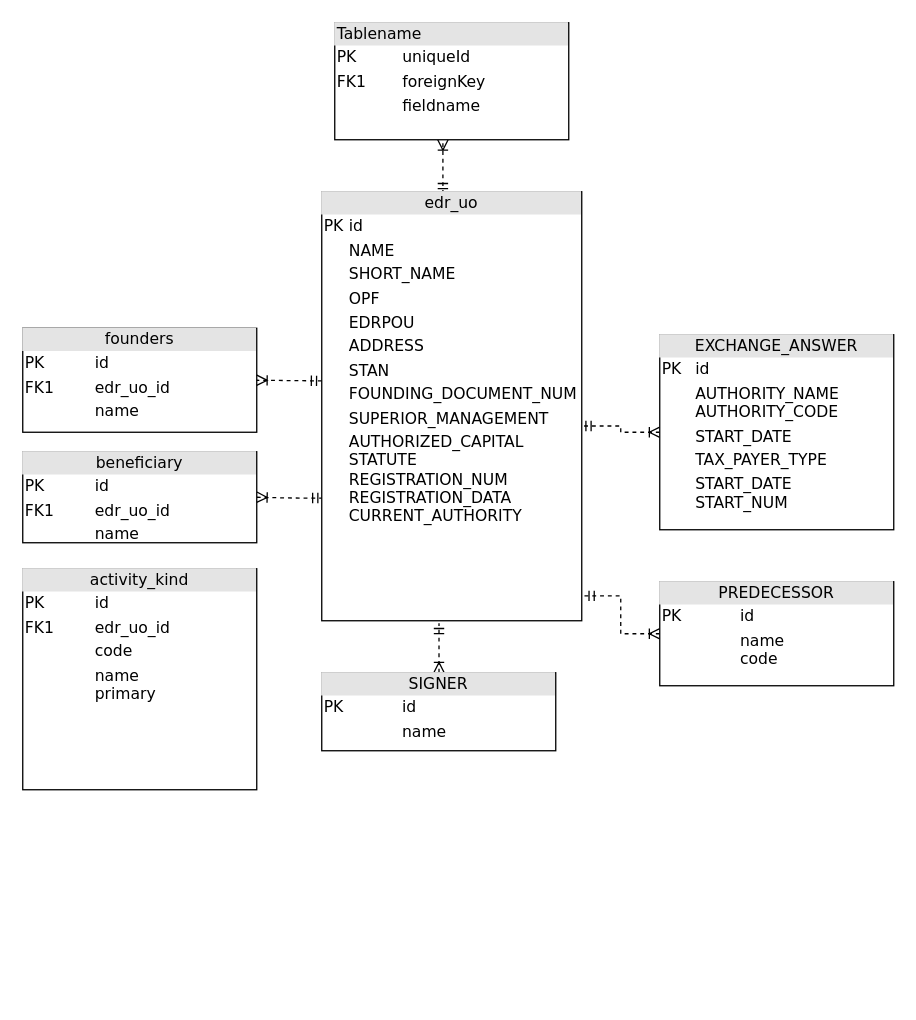
This is Untitled Diagram.drawio from Sergey-Web/draw, a draw.io file, before an edit. Source tidied: cells renumbered, new cells numbered last; positions are measured from the earlier drawing's top-left corner, leaving out a move shared by most shapes. Both pictures are drawn from the tidied source at 130%, with x=0, y=0 at pixel (22, 22).
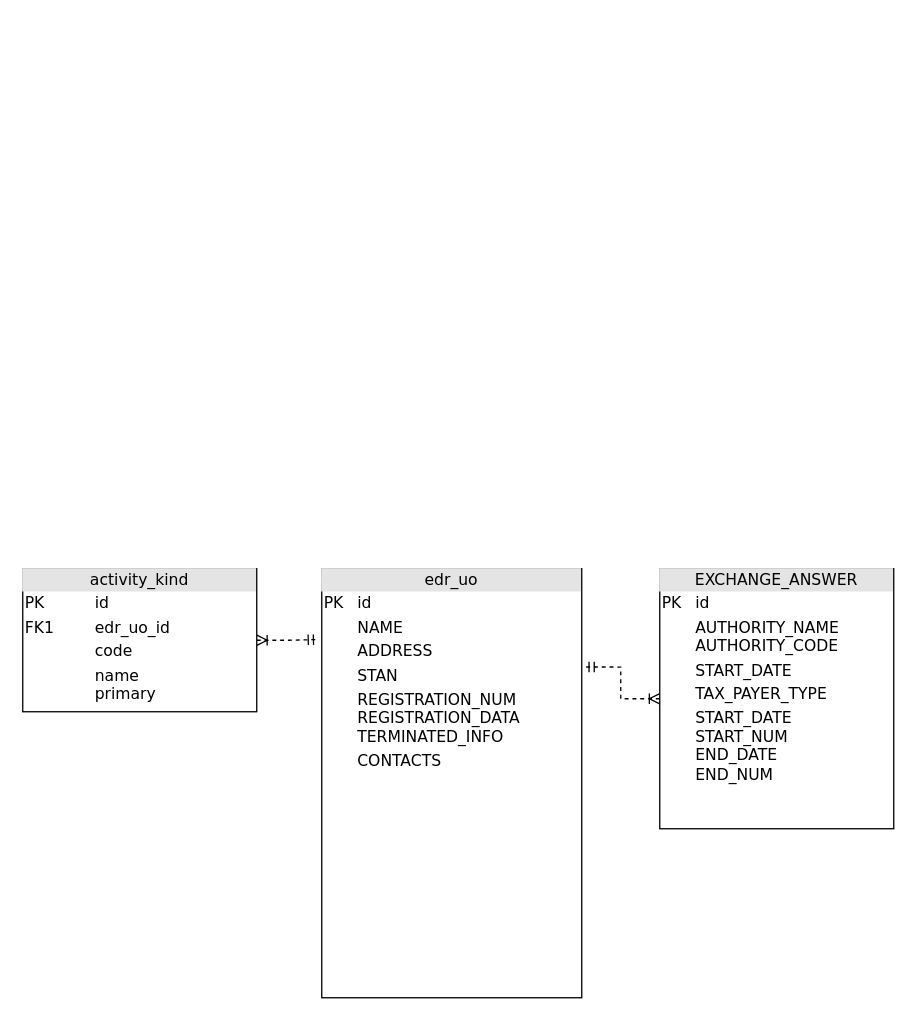
Above is the later version.

Commit message:
EDR_FOP

The edit, as a diff of the source:
```diff
@@
-<mxGraphModel background="#ffffff">
+<mxGraphModel>
@@
-    <mxCell id="2" style="edgeStyle=orthogonalEdgeStyle;html=1;dashed=1;labelBackgroundColor=none;startArrow=ERmandOne;endArrow=ERoneToMany;fontFamily=Verdana;fontSize=12;align=left;exitX=0.466;exitY=0.005;exitDx=0;exitDy=0;exitPerimeter=0;" parent="1" edge="1" source="6" target="7">
-      <mxGeometry relative="1" as="geometry">
-        <Array as="points">
-          <mxPoint x="323" y="15" />
-          <mxPoint x="323" y="15" />
-        </Array>
-      </mxGeometry>
-    </mxCell>
-    <mxCell id="3" style="edgeStyle=orthogonalEdgeStyle;html=1;exitX=0.005;exitY=0.714;entryX=1;entryY=0.5;dashed=1;labelBackgroundColor=none;startArrow=ERmandOne;endArrow=ERoneToMany;fontFamily=Verdana;fontSize=12;align=left;exitDx=0;exitDy=0;exitPerimeter=0;" parent="1" edge="1" source="6" target="4">
-      <mxGeometry relative="1" as="geometry" />
-    </mxCell>
-    <mxCell id="4" value="&lt;div style=&quot;text-align: center ; box-sizing: border-box ; width: 100% ; background: rgb(228 , 228 , 228) ; padding: 2px&quot;&gt;beneficiary&lt;/div&gt;&lt;table style=&quot;width: 100% ; font-size: 1em&quot; cellpadding=&quot;2&quot; cellspacing=&quot;0&quot;&gt;&lt;tbody&gt;&lt;tr&gt;&lt;td&gt;PK&lt;/td&gt;&lt;td&gt;id&lt;/td&gt;&lt;/tr&gt;&lt;tr&gt;&lt;td&gt;FK1&lt;/td&gt;&lt;td&gt;edr_uo_id&lt;/td&gt;&lt;/tr&gt;&lt;tr&gt;&lt;td&gt;&lt;/td&gt;&lt;td&gt;name&lt;/td&gt;&lt;/tr&gt;&lt;tr&gt;&lt;td&gt;&lt;br&gt;&lt;/td&gt;&lt;td&gt;&lt;br&gt;&lt;/td&gt;&lt;/tr&gt;&lt;/tbody&gt;&lt;/table&gt;" style="verticalAlign=top;align=left;overflow=fill;html=1;rounded=0;shadow=0;comic=0;labelBackgroundColor=none;strokeWidth=1;fontFamily=Verdana;fontSize=12;" parent="1" vertex="1">
-      <mxGeometry y="330" width="180" height="70" as="geometry" />
-    </mxCell>
+    <mxCell id="16" style="edgeStyle=orthogonalEdgeStyle;rounded=0;jettySize=auto;html=1;entryX=-0.012;entryY=0.165;entryDx=0;entryDy=0;entryPerimeter=0;endArrow=ERmandOne;endFill=0;startArrow=ERoneToMany;startFill=0;dashed=1;" parent="1" edge="1" source="5" target="17">
+      <mxGeometry relative="1" as="geometry" />
+    </mxCell>
     <mxCell id="5" value="&lt;div style=&quot;text-align: center ; box-sizing: border-box ; width: 100% ; background: rgb(228 , 228 , 228) ; padding: 2px&quot;&gt;activity_kind&lt;/div&gt;&lt;table style=&quot;width: 100% ; font-size: 1em&quot; cellpadding=&quot;2&quot; cellspacing=&quot;0&quot;&gt;&lt;tbody&gt;&lt;tr&gt;&lt;td&gt;PK&lt;/td&gt;&lt;td&gt;id&lt;/td&gt;&lt;/tr&gt;&lt;tr&gt;&lt;td&gt;FK1&lt;/td&gt;&lt;td&gt;edr_uo_id&lt;br&gt;&lt;/td&gt;&lt;/tr&gt;&lt;tr&gt;&lt;td&gt;&lt;/td&gt;&lt;td&gt;code&lt;/td&gt;&lt;/tr&gt;&lt;tr&gt;&lt;td&gt;&lt;br&gt;&lt;/td&gt;&lt;td&gt;name&lt;br&gt;primary&lt;/td&gt;&lt;/tr&gt;&lt;tr&gt;&lt;td&gt;&lt;br&gt;&lt;/td&gt;&lt;td&gt;&lt;br&gt;&lt;/td&gt;&lt;/tr&gt;&lt;/tbody&gt;&lt;/table&gt;" style="verticalAlign=top;align=left;overflow=fill;html=1;rounded=0;shadow=0;comic=0;labelBackgroundColor=none;strokeWidth=1;fontFamily=Verdana;fontSize=12;" parent="1" vertex="1">
-      <mxGeometry y="420" width="180" height="170" as="geometry" />
+      <mxGeometry y="420" width="180" height="110" as="geometry" />
     </mxCell>
-    <mxCell id="6" value="&lt;div style=&quot;text-align: center ; box-sizing: border-box ; width: 100% ; background: rgb(228 , 228 , 228) ; padding: 2px&quot;&gt;edr_uo&lt;br&gt;&lt;/div&gt;&lt;table style=&quot;width: 100% ; font-size: 1em&quot; cellpadding=&quot;2&quot; cellspacing=&quot;0&quot;&gt;&lt;tbody&gt;&lt;tr&gt;&lt;td&gt;PK&lt;/td&gt;&lt;td&gt;id&lt;/td&gt;&lt;/tr&gt;&lt;tr&gt;&lt;td&gt;&lt;br&gt;&lt;/td&gt;&lt;td&gt;NAME&lt;/td&gt;&lt;/tr&gt;&lt;tr&gt;&lt;td&gt;&lt;/td&gt;&lt;td&gt;SHORT_NAME&lt;/td&gt;&lt;/tr&gt;&lt;tr&gt;&lt;td&gt;&lt;br&gt;&lt;/td&gt;&lt;td&gt;OPF&lt;br&gt;&lt;/td&gt;&lt;/tr&gt;&lt;tr&gt;&lt;td&gt;&lt;br&gt;&lt;/td&gt;&lt;td&gt;EDRPOU&lt;br&gt;&lt;/td&gt;&lt;/tr&gt;&lt;tr&gt;&lt;td&gt;&lt;br&gt;&lt;/td&gt;&lt;td&gt;ADDRESS&lt;br&gt;&lt;/td&gt;&lt;/tr&gt;&lt;tr&gt;&lt;td&gt;&lt;br&gt;&lt;/td&gt;&lt;td&gt;STAN&lt;br&gt;&lt;/td&gt;&lt;/tr&gt;&lt;tr&gt;&lt;td&gt;&lt;br&gt;&lt;/td&gt;&lt;td&gt;FOUNDING_DOCUMENT_NUM&lt;br&gt;&lt;/td&gt;&lt;/tr&gt;&lt;tr&gt;&lt;td&gt;&lt;br&gt;&lt;/td&gt;&lt;td&gt;SUPERIOR_MANAGEMENT&lt;br&gt;&lt;/td&gt;&lt;/tr&gt;&lt;tr&gt;&lt;td&gt;&lt;/td&gt;&lt;td&gt;AUTHORIZED_CAPITAL&lt;br&gt;STATUTE&lt;br&gt;REGISTRATION_NUM&lt;br&gt;REGISTRATION_DATA&lt;br&gt;CURRENT_AUTHORITY&lt;br&gt;&lt;/td&gt;&lt;/tr&gt;&lt;/tbody&gt;&lt;/table&gt;" style="verticalAlign=top;align=left;overflow=fill;html=1;rounded=0;shadow=0;comic=0;labelBackgroundColor=none;strokeWidth=1;fontFamily=Verdana;fontSize=12;" parent="1" vertex="1">
-      <mxGeometry x="230" y="130" width="200" height="330" as="geometry" />
-    </mxCell>
-    <mxCell id="7" value="&lt;div style=&quot;box-sizing:border-box;width:100%;background:#e4e4e4;padding:2px;&quot;&gt;Tablename&lt;/div&gt;&lt;table style=&quot;width:100%;font-size:1em;&quot; cellpadding=&quot;2&quot; cellspacing=&quot;0&quot;&gt;&lt;tr&gt;&lt;td&gt;PK&lt;/td&gt;&lt;td&gt;uniqueId&lt;/td&gt;&lt;/tr&gt;&lt;tr&gt;&lt;td&gt;FK1&lt;/td&gt;&lt;td&gt;foreignKey&lt;/td&gt;&lt;/tr&gt;&lt;tr&gt;&lt;td&gt;&lt;/td&gt;&lt;td&gt;fieldname&lt;/td&gt;&lt;/tr&gt;&lt;/table&gt;" style="verticalAlign=top;align=left;overflow=fill;html=1;rounded=0;shadow=0;comic=0;labelBackgroundColor=none;strokeWidth=1;fontFamily=Verdana;fontSize=12;" parent="1" vertex="1">
-      <mxGeometry x="240" width="180" height="90" as="geometry" />
-    </mxCell>
-    <mxCell id="8" value="&lt;div style=&quot;text-align: center ; box-sizing: border-box ; width: 100% ; background: rgb(228 , 228 , 228) ; padding: 2px&quot;&gt;founders&lt;/div&gt;&lt;table style=&quot;width: 100% ; font-size: 1em&quot; cellpadding=&quot;2&quot; cellspacing=&quot;0&quot;&gt;&lt;tbody&gt;&lt;tr&gt;&lt;td&gt;PK&lt;/td&gt;&lt;td&gt;id&lt;/td&gt;&lt;/tr&gt;&lt;tr&gt;&lt;td&gt;FK1&lt;/td&gt;&lt;td&gt;edr_uo_id&lt;/td&gt;&lt;/tr&gt;&lt;tr&gt;&lt;td&gt;&lt;/td&gt;&lt;td&gt;name&lt;/td&gt;&lt;/tr&gt;&lt;tr&gt;&lt;td&gt;&lt;br&gt;&lt;/td&gt;&lt;td&gt;&lt;br&gt;&lt;/td&gt;&lt;/tr&gt;&lt;/tbody&gt;&lt;/table&gt;" style="verticalAlign=top;align=left;overflow=fill;html=1;rounded=0;shadow=0;comic=0;labelBackgroundColor=none;strokeWidth=1;fontFamily=Verdana;fontSize=12;" parent="1" vertex="1">
-      <mxGeometry y="235" width="180" height="80" as="geometry" />
-    </mxCell>
-    <mxCell id="9" style="edgeStyle=orthogonalEdgeStyle;html=1;dashed=1;labelBackgroundColor=none;startArrow=ERmandOne;endArrow=ERoneToMany;fontFamily=Verdana;fontSize=12;align=left;" parent="1" edge="1">
-      <mxGeometry relative="1" as="geometry">
-        <mxPoint x="230" y="275.5" as="sourcePoint" />
-        <mxPoint x="180" y="275" as="targetPoint" />
-        <Array as="points">
-          <mxPoint x="230" y="275.5" />
-          <mxPoint x="100" y="275.5" />
-        </Array>
-      </mxGeometry>
-    </mxCell>
-    <mxCell id="10" style="edgeStyle=orthogonalEdgeStyle;rounded=0;jettySize=auto;html=1;entryX=0.451;entryY=1.006;entryDx=0;entryDy=0;entryPerimeter=0;startArrow=ERoneToMany;startFill=0;endArrow=ERmandOne;endFill=0;dashed=1;" parent="1" edge="1" source="11" target="6">
-      <mxGeometry relative="1" as="geometry">
-        <Array as="points">
-          <mxPoint x="320" y="470" />
-        </Array>
-      </mxGeometry>
-    </mxCell>
-    <mxCell id="11" value="&lt;div style=&quot;text-align: center ; box-sizing: border-box ; width: 100% ; background: rgb(228 , 228 , 228) ; padding: 2px&quot;&gt;SIGNER&lt;/div&gt;&lt;table style=&quot;width: 100% ; font-size: 1em&quot; cellpadding=&quot;2&quot; cellspacing=&quot;0&quot;&gt;&lt;tbody&gt;&lt;tr&gt;&lt;td&gt;PK&lt;/td&gt;&lt;td&gt;id&lt;/td&gt;&lt;/tr&gt;&lt;tr&gt;&lt;td&gt;&lt;br&gt;&lt;/td&gt;&lt;td&gt;name&lt;br&gt;&lt;/td&gt;&lt;/tr&gt;&lt;tr&gt;&lt;td&gt;&lt;/td&gt;&lt;td&gt;&lt;br&gt;&lt;/td&gt;&lt;/tr&gt;&lt;tr&gt;&lt;td&gt;&lt;br&gt;&lt;/td&gt;&lt;td&gt;&lt;br&gt;&lt;/td&gt;&lt;/tr&gt;&lt;tr&gt;&lt;td&gt;&lt;br&gt;&lt;/td&gt;&lt;td&gt;&lt;br&gt;&lt;/td&gt;&lt;/tr&gt;&lt;/tbody&gt;&lt;/table&gt;" style="verticalAlign=top;align=left;overflow=fill;html=1;rounded=0;shadow=0;comic=0;labelBackgroundColor=none;strokeWidth=1;fontFamily=Verdana;fontSize=12;" parent="1" vertex="1">
-      <mxGeometry x="230" y="500" width="180" height="60" as="geometry" />
-    </mxCell>
-    <mxCell id="12" style="edgeStyle=orthogonalEdgeStyle;rounded=0;jettySize=auto;html=1;entryX=1.008;entryY=0.942;entryDx=0;entryDy=0;entryPerimeter=0;dashed=1;startArrow=ERoneToMany;startFill=0;endArrow=ERmandOne;endFill=0;" parent="1" edge="1" source="13" target="6">
-      <mxGeometry relative="1" as="geometry" />
-    </mxCell>
-    <mxCell id="13" value="&lt;div style=&quot;text-align: center ; box-sizing: border-box ; width: 100% ; background: rgb(228 , 228 , 228) ; padding: 2px&quot;&gt;PREDECESSOR&lt;/div&gt;&lt;table style=&quot;width: 100% ; font-size: 1em&quot; cellpadding=&quot;2&quot; cellspacing=&quot;0&quot;&gt;&lt;tbody&gt;&lt;tr&gt;&lt;td&gt;PK&lt;/td&gt;&lt;td&gt;id&lt;/td&gt;&lt;/tr&gt;&lt;tr&gt;&lt;td&gt;&lt;br&gt;&lt;/td&gt;&lt;td&gt;name&lt;br&gt;code&lt;br&gt;&lt;/td&gt;&lt;/tr&gt;&lt;tr&gt;&lt;td&gt;&lt;/td&gt;&lt;td&gt;&lt;br&gt;&lt;/td&gt;&lt;/tr&gt;&lt;tr&gt;&lt;td&gt;&lt;br&gt;&lt;/td&gt;&lt;td&gt;&lt;br&gt;&lt;/td&gt;&lt;/tr&gt;&lt;tr&gt;&lt;td&gt;&lt;br&gt;&lt;/td&gt;&lt;td&gt;&lt;br&gt;&lt;/td&gt;&lt;/tr&gt;&lt;/tbody&gt;&lt;/table&gt;" style="verticalAlign=top;align=left;overflow=fill;html=1;rounded=0;shadow=0;comic=0;labelBackgroundColor=none;strokeWidth=1;fontFamily=Verdana;fontSize=12;" parent="1" vertex="1">
-      <mxGeometry x="490" y="430" width="180" height="80" as="geometry" />
-    </mxCell>
-    <mxCell id="14" style="edgeStyle=orthogonalEdgeStyle;rounded=0;jettySize=auto;html=1;entryX=0.996;entryY=0.546;entryDx=0;entryDy=0;entryPerimeter=0;dashed=1;startArrow=ERoneToMany;startFill=0;endArrow=ERmandOne;endFill=0;" parent="1" edge="1" source="15" target="6">
-      <mxGeometry relative="1" as="geometry" />
-    </mxCell>
-    <mxCell id="15" value="&lt;div style=&quot;text-align: center ; box-sizing: border-box ; width: 100% ; background: rgb(228 , 228 , 228) ; padding: 2px&quot;&gt;EXCHANGE_ANSWER&lt;/div&gt;&lt;table style=&quot;width: 100% ; font-size: 1em&quot; cellpadding=&quot;2&quot; cellspacing=&quot;0&quot;&gt;&lt;tbody&gt;&lt;tr&gt;&lt;td&gt;PK&lt;/td&gt;&lt;td&gt;id&lt;/td&gt;&lt;/tr&gt;&lt;tr&gt;&lt;td&gt;&lt;br&gt;&lt;/td&gt;&lt;td&gt;AUTHORITY_NAME&lt;br&gt;AUTHORITY_CODE&lt;br&gt;&lt;/td&gt;&lt;/tr&gt;&lt;tr&gt;&lt;td&gt;&lt;/td&gt;&lt;td&gt;START_DATE&lt;br&gt;&lt;/td&gt;&lt;/tr&gt;&lt;tr&gt;&lt;td&gt;&lt;br&gt;&lt;/td&gt;&lt;td&gt;TAX_PAYER_TYPE&lt;br&gt;&lt;/td&gt;&lt;/tr&gt;&lt;tr&gt;&lt;td&gt;&lt;br&gt;&lt;/td&gt;&lt;td&gt;START_DATE&lt;br&gt;START_NUM&lt;br&gt;&lt;/td&gt;&lt;/tr&gt;&lt;/tbody&gt;&lt;/table&gt;" style="verticalAlign=top;align=left;overflow=fill;html=1;rounded=0;shadow=0;comic=0;labelBackgroundColor=none;strokeWidth=1;fontFamily=Verdana;fontSize=12;" parent="1" vertex="1">
-      <mxGeometry x="490" y="240" width="180" height="150" as="geometry" />
-    </mxCell>
+    <mxCell id="17" value="&lt;div style=&quot;text-align: center ; box-sizing: border-box ; width: 100% ; background: rgb(228 , 228 , 228) ; padding: 2px&quot;&gt;edr_uo&lt;br&gt;&lt;/div&gt;&lt;table style=&quot;width: 100% ; font-size: 1em&quot; cellpadding=&quot;2&quot; cellspacing=&quot;0&quot;&gt;&lt;tbody&gt;&lt;tr&gt;&lt;td&gt;PK&lt;/td&gt;&lt;td&gt;id&lt;/td&gt;&lt;/tr&gt;&lt;tr&gt;&lt;td&gt;&lt;br&gt;&lt;/td&gt;&lt;td&gt;NAME&lt;/td&gt;&lt;/tr&gt;&lt;tr&gt;&lt;td&gt;&lt;/td&gt;&lt;td&gt;ADDRESS&lt;/td&gt;&lt;/tr&gt;&lt;tr&gt;&lt;td&gt;&lt;br&gt;&lt;/td&gt;&lt;td&gt;STAN&lt;br&gt;&lt;/td&gt;&lt;/tr&gt;&lt;tr&gt;&lt;td&gt;&lt;br&gt;&lt;/td&gt;&lt;td&gt;REGISTRATION_NUM&lt;br&gt;REGISTRATION_DATA&lt;br&gt;TERMINATED_INFO&lt;br&gt;&lt;/td&gt;&lt;/tr&gt;&lt;tr&gt;&lt;td&gt;&lt;/td&gt;&lt;td&gt;CONTACTS&lt;br&gt;&lt;/td&gt;&lt;/tr&gt;&lt;/tbody&gt;&lt;/table&gt;" style="verticalAlign=top;align=left;overflow=fill;html=1;rounded=0;shadow=0;comic=0;labelBackgroundColor=none;strokeWidth=1;fontFamily=Verdana;fontSize=12;" parent="1" vertex="1">
+      <mxGeometry x="230" y="420" width="200" height="330" as="geometry" />
+    </mxCell>
+    <mxCell id="18" style="edgeStyle=orthogonalEdgeStyle;rounded=0;jettySize=auto;html=1;entryX=1.008;entryY=0.229;entryDx=0;entryDy=0;entryPerimeter=0;dashed=1;startArrow=ERoneToMany;startFill=0;endArrow=ERmandOne;endFill=0;" parent="1" edge="1" source="19" target="17">
+      <mxGeometry relative="1" as="geometry" />
+    </mxCell>
+    <mxCell id="19" value="&lt;div style=&quot;text-align: center ; box-sizing: border-box ; width: 100% ; background: rgb(228 , 228 , 228) ; padding: 2px&quot;&gt;EXCHANGE_ANSWER&lt;/div&gt;&lt;table style=&quot;width: 100% ; font-size: 1em&quot; cellpadding=&quot;2&quot; cellspacing=&quot;0&quot;&gt;&lt;tbody&gt;&lt;tr&gt;&lt;td&gt;PK&lt;/td&gt;&lt;td&gt;id&lt;/td&gt;&lt;/tr&gt;&lt;tr&gt;&lt;td&gt;&lt;br&gt;&lt;/td&gt;&lt;td&gt;AUTHORITY_NAME&lt;br&gt;AUTHORITY_CODE&lt;br&gt;&lt;/td&gt;&lt;/tr&gt;&lt;tr&gt;&lt;td&gt;&lt;/td&gt;&lt;td&gt;START_DATE&lt;br&gt;&lt;/td&gt;&lt;/tr&gt;&lt;tr&gt;&lt;td&gt;&lt;br&gt;&lt;/td&gt;&lt;td&gt;TAX_PAYER_TYPE&lt;br&gt;&lt;/td&gt;&lt;/tr&gt;&lt;tr&gt;&lt;td&gt;&lt;br&gt;&lt;/td&gt;&lt;td&gt;START_DATE&lt;br&gt;START_NUM&lt;br&gt;END_DATE&lt;br&gt;END_NUM&lt;br&gt;&lt;/td&gt;&lt;/tr&gt;&lt;/tbody&gt;&lt;/table&gt;" style="verticalAlign=top;align=left;overflow=fill;html=1;rounded=0;shadow=0;comic=0;labelBackgroundColor=none;strokeWidth=1;fontFamily=Verdana;fontSize=12;" parent="1" vertex="1">
+      <mxGeometry x="490" y="420" width="180" height="200" as="geometry" />
+    </mxCell>
```
